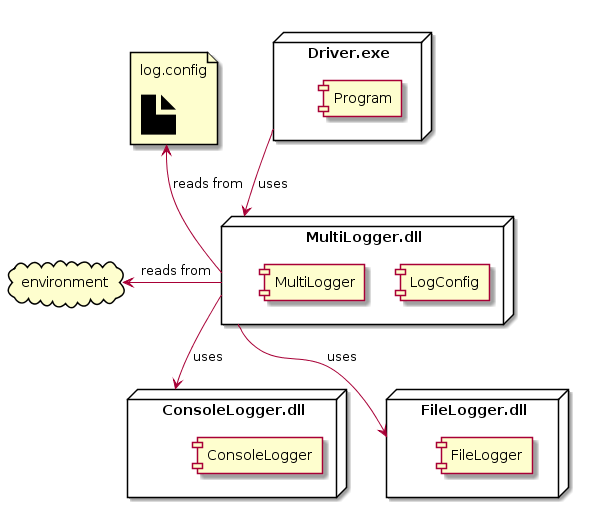
The PlantUML diagram Lesson 07 Dynamic Log Output/Solution 2 Environment Variables/images/Deployment-Diagram.png in cmps253/design-architecture, before a commit. Its diagram source:
```plantuml
@startuml
node "Driver.exe" {
    [Program]
}
node "ConsoleLogger.dll" {
    [ConsoleLogger]
}
node "MultiLogger.dll" {
    [LogConfig]
    [MultiLogger]
}
node "FileLogger.dll" {
    [FileLogger]
}
cloud environment

file bar [
        log.config

        <size:60><&file></size>
    ]

Driver.exe --> MultiLogger.dll : uses
MultiLogger.dll --> ConsoleLogger.dll :uses
MultiLogger.dll --> FileLogger.dll :uses
MultiLogger.dll -left-> environment : reads from
bar <-- MultiLogger.dll : reads from
@enduml
```
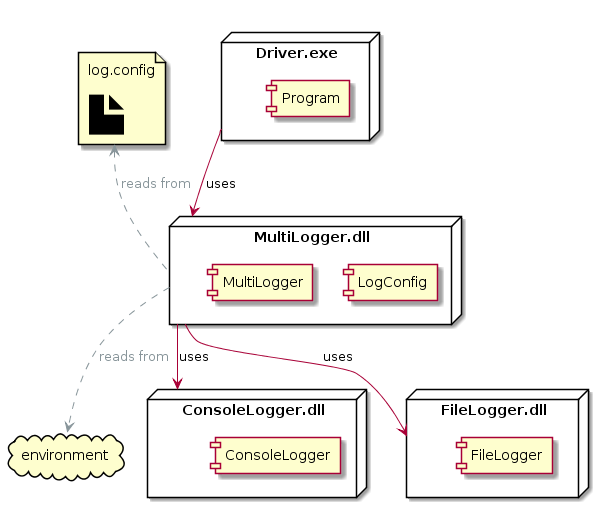
Later version of the same file.

Change to the diagram source:
```diff
@@ -14,6 +14,7 @@
 }
 cloud environment
 
+
 file bar [
         log.config
 
@@ -23,6 +24,6 @@
 Driver.exe --> MultiLogger.dll : uses
 MultiLogger.dll --> ConsoleLogger.dll :uses
 MultiLogger.dll --> FileLogger.dll :uses
-MultiLogger.dll -left-> environment : reads from
-bar <-- MultiLogger.dll : reads from
+MultiLogger.dll .[#88959A].> environment : "<font color=#88959A>reads from"
+bar <.[#88959A]. MultiLogger.dll : "<font color=#88959A>reads from"
 @enduml
```
